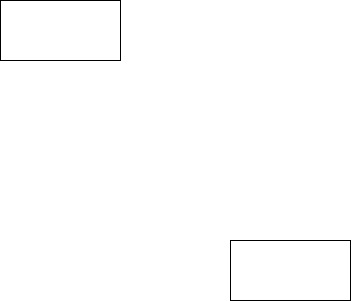
The draw.io diagram ER-Diagram-Fruit-Stock.drawio.png in billowdev/pos-fruit-stock-window-form-app, before a commit. Source tidied: cells renumbered, new cells last; positions are measured from the earlier drawing's top-left corner, leaving out a move shared by most shapes.
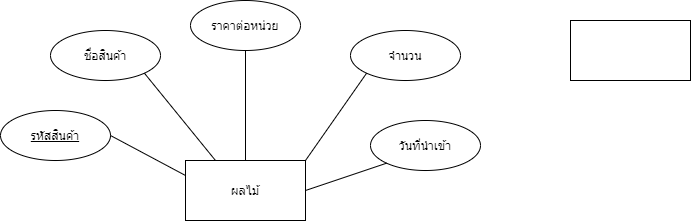
After the commit.

The edit, as a diff of the source:
```diff
@@ -2,11 +2,41 @@
   <root>
     <mxCell id="0" />
     <mxCell id="1" parent="0" />
-    <mxCell id="2" style="rounded=0;whiteSpace=wrap;html=1;" parent="1" vertex="1">
-      <mxGeometry width="120" height="60" as="geometry" />
+    <mxCell id="2" value="ผลไม้" style="rounded=0;whiteSpace=wrap;html=1;" parent="1" vertex="1">
+      <mxGeometry x="-45" y="150" width="120" height="60" as="geometry" />
     </mxCell>
     <mxCell id="3" style="rounded=0;whiteSpace=wrap;html=1;" parent="1" vertex="1">
-      <mxGeometry x="230" y="240" width="120" height="60" as="geometry" />
+      <mxGeometry x="340" y="10" width="120" height="60" as="geometry" />
     </mxCell>
+    <mxCell id="4" value="ชื่อสินค้า" style="ellipse;whiteSpace=wrap;html=1;" parent="1" vertex="1">
+      <mxGeometry x="-180" y="20" width="110" height="50" as="geometry" />
+    </mxCell>
+    <mxCell id="5" value="ราคาต่อหน่วย" style="ellipse;whiteSpace=wrap;html=1;" parent="1" vertex="1">
+      <mxGeometry x="-40" y="-10" width="110" height="50" as="geometry" />
+    </mxCell>
+    <mxCell id="6" value="จำนวน" style="ellipse;whiteSpace=wrap;html=1;" parent="1" vertex="1">
+      <mxGeometry x="120" y="20" width="110" height="50" as="geometry" />
+    </mxCell>
+    <mxCell id="7" value="วันที่นำเข้า" style="ellipse;whiteSpace=wrap;html=1;" parent="1" vertex="1">
+      <mxGeometry x="140" y="110" width="110" height="50" as="geometry" />
+    </mxCell>
+    <mxCell id="8" value="&lt;u&gt;รหัสสินค้า&lt;/u&gt;" style="ellipse;whiteSpace=wrap;html=1;" parent="1" vertex="1">
+      <mxGeometry x="-230" y="100" width="110" height="50" as="geometry" />
+    </mxCell>
+    <mxCell id="9" style="endArrow=none;html=1;rounded=0;entryX=0.5;entryY=1;entryDx=0;entryDy=0;exitX=0.5;exitY=0;exitDx=0;exitDy=0;" parent="1" edge="1" source="2" target="5">
+      <mxGeometry relative="1" as="geometry" />
+    </mxCell>
+    <mxCell id="10" style="endArrow=none;html=1;rounded=0;entryX=0;entryY=1;entryDx=0;entryDy=0;exitX=1;exitY=0;exitDx=0;exitDy=0;" parent="1" edge="1" source="2" target="6">
+      <mxGeometry relative="1" as="geometry" />
+    </mxCell>
+    <mxCell id="11" style="endArrow=none;html=1;rounded=0;exitX=0.25;exitY=0;exitDx=0;exitDy=0;entryX=1;entryY=1;entryDx=0;entryDy=0;" parent="1" edge="1" source="2" target="4">
+      <mxGeometry relative="1" as="geometry" />
+    </mxCell>
+    <mxCell id="12" style="endArrow=none;html=1;rounded=0;exitX=0;exitY=0.25;exitDx=0;exitDy=0;entryX=1;entryY=0.5;entryDx=0;entryDy=0;" parent="1" edge="1" source="2" target="8">
+      <mxGeometry relative="1" as="geometry" />
+    </mxCell>
+    <mxCell id="13" style="endArrow=none;html=1;rounded=0;entryX=0;entryY=1;entryDx=0;entryDy=0;exitX=1;exitY=0.5;exitDx=0;exitDy=0;" parent="1" edge="1" source="2" target="7">
+      <mxGeometry relative="1" as="geometry" />
+    </mxCell>
   </root>
 </mxGraphModel>
```
